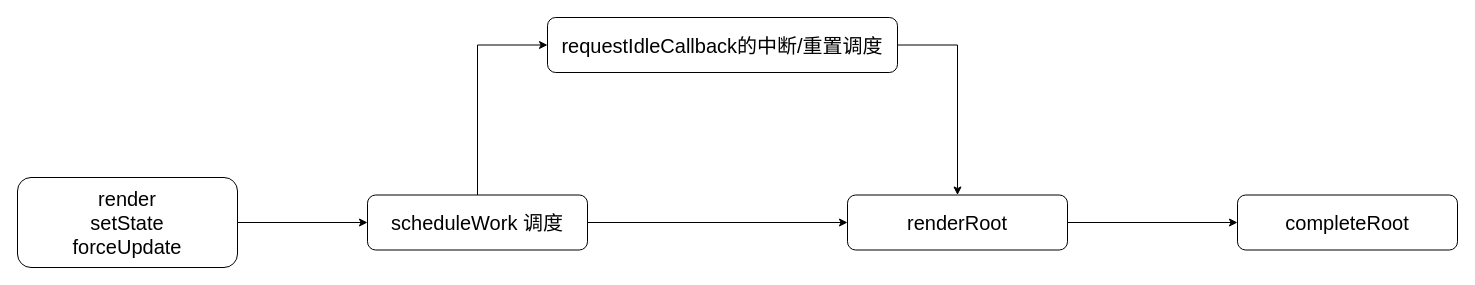
Jo-ko/blog keeps this draw.io diagram as page "Reconciler结构" (1 of 9) of docs/framework/react.drawio. Above is the earlier version. Source tidied: cells renumbered, new cells numbered last; positions are measured from the earlier drawing's top-left corner, leaving out a move shared by most shapes. Both pictures are drawn from the tidied source at 100%, with x=0, y=0 at pixel (17, 17).
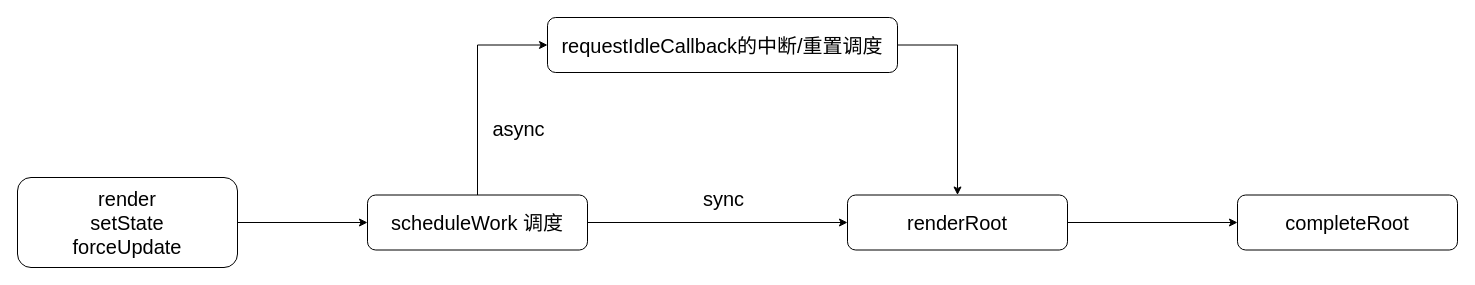
The same diagram, later.

The edit, as a diff of the source:
```diff
@@
 <mxGraphModel>
   <root>
     <mxCell id="0" />
     <mxCell id="1" parent="0" />
     <mxCell id="2" style="edgeStyle=orthogonalEdgeStyle;rounded=0;jettySize=auto;html=1;fontSize=20;" parent="1" edge="1" source="3" target="6">
       <mxGeometry relative="1" as="geometry" />
     </mxCell>
     <mxCell id="3" value="render&lt;br&gt;setState&lt;br&gt;forceUpdate" style="rounded=1;whiteSpace=wrap;html=1;fontSize=20;" parent="1" vertex="1">
       <mxGeometry y="160" width="220" height="90" as="geometry" />
     </mxCell>
     <mxCell id="4" style="edgeStyle=orthogonalEdgeStyle;rounded=0;jettySize=auto;html=1;fontSize=20;" parent="1" edge="1" source="6" target="8">
       <mxGeometry relative="1" as="geometry" />
     </mxCell>
+    <mxCell id="12" value="sync" style="edgeLabel;html=1;align=center;verticalAlign=middle;fontSize=20;" parent="4" vertex="1">
+      <mxGeometry x="0.1" y="4" relative="1" as="geometry">
+        <mxPoint x="-8" y="-21" as="offset" />
+      </mxGeometry>
+    </mxCell>
     <mxCell id="5" style="edgeStyle=orthogonalEdgeStyle;rounded=0;jettySize=auto;html=1;fontSize=20;entryX=0;entryY=0.5;entryDx=0;entryDy=0;" parent="1" edge="1" source="6" target="11">
       <mxGeometry relative="1" as="geometry" />
     </mxCell>
+    <mxCell id="13" value="async" style="edgeLabel;html=1;align=center;verticalAlign=middle;fontSize=20;" parent="5" vertex="1">
+      <mxGeometry x="-0.17" y="-2" relative="1" as="geometry">
+        <mxPoint x="38" y="24" as="offset" />
+      </mxGeometry>
+    </mxCell>
     <mxCell id="6" value="scheduleWork 调度" style="whiteSpace=wrap;html=1;rounded=1;fontSize=20;" parent="1" vertex="1">
       <mxGeometry x="350" y="177.5" width="220" height="55" as="geometry" />
     </mxCell>
     <mxCell id="7" style="edgeStyle=orthogonalEdgeStyle;rounded=0;jettySize=auto;html=1;fontSize=20;" parent="1" edge="1" source="8" target="9">
       <mxGeometry relative="1" as="geometry" />
     </mxCell>
     <mxCell id="8" value="renderRoot" style="whiteSpace=wrap;html=1;rounded=1;fontSize=20;" parent="1" vertex="1">
       <mxGeometry x="830" y="177.5" width="220" height="55" as="geometry" />
     </mxCell>
     <mxCell id="9" value="completeRoot" style="whiteSpace=wrap;html=1;rounded=1;fontSize=20;" parent="1" vertex="1">
       <mxGeometry x="1220" y="177.5" width="220" height="55" as="geometry" />
     </mxCell>
     <mxCell id="10" style="edgeStyle=orthogonalEdgeStyle;rounded=0;jettySize=auto;html=1;entryX=0.5;entryY=0;entryDx=0;entryDy=0;fontSize=20;exitX=1;exitY=0.5;exitDx=0;exitDy=0;" parent="1" edge="1" source="11" target="8">
       <mxGeometry relative="1" as="geometry" />
     </mxCell>
     <mxCell id="11" value="requestIdleCallback的中断/重置调度" style="whiteSpace=wrap;html=1;rounded=1;fontSize=20;" parent="1" vertex="1">
       <mxGeometry x="530" width="350" height="55" as="geometry" />
     </mxCell>
   </root>
 </mxGraphModel>
```
